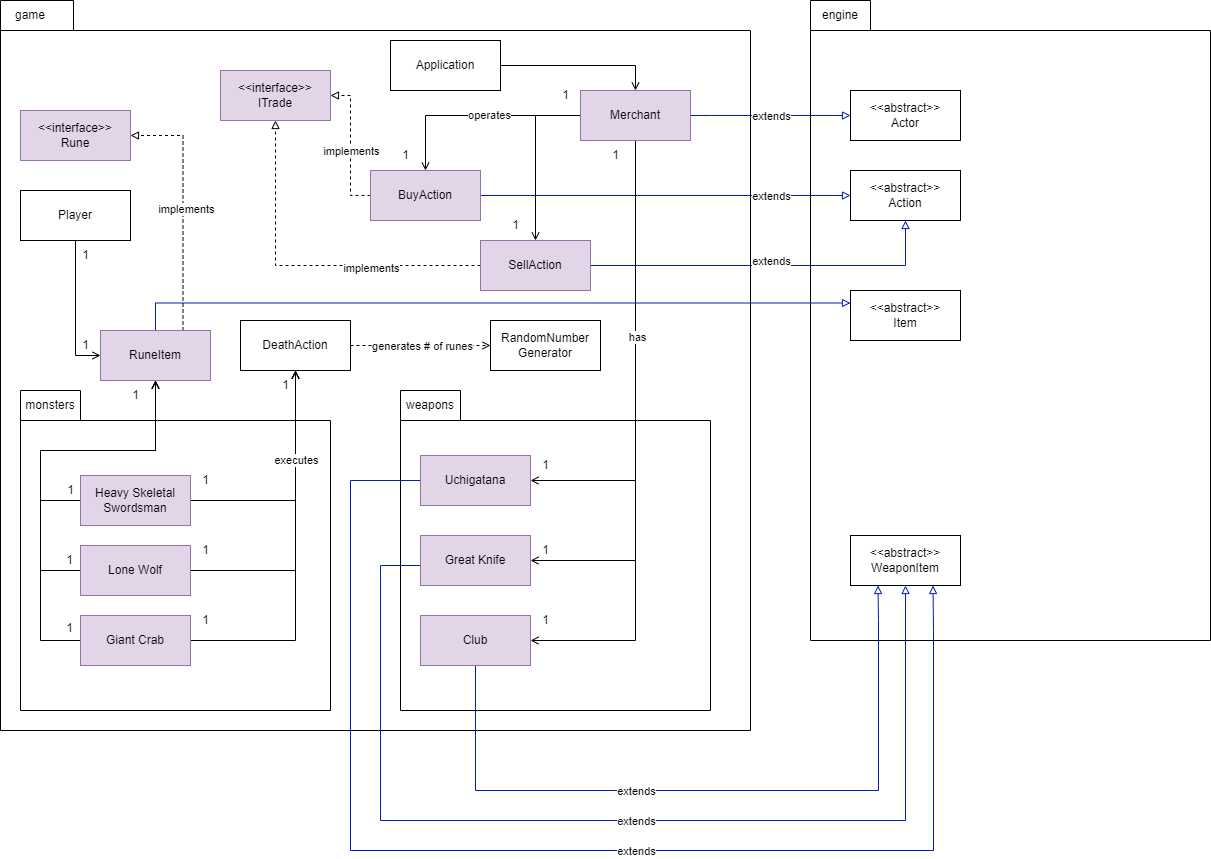
Earlier version of the draw.io export docs/FIT2099 Assignment 1 Req 2 UML Diagram.drawio.png (hyynes/monash-fit2099). Source tidied: cells renumbered, new cells last; positions are measured from the earlier drawing's top-left corner, leaving out a move shared by most shapes.
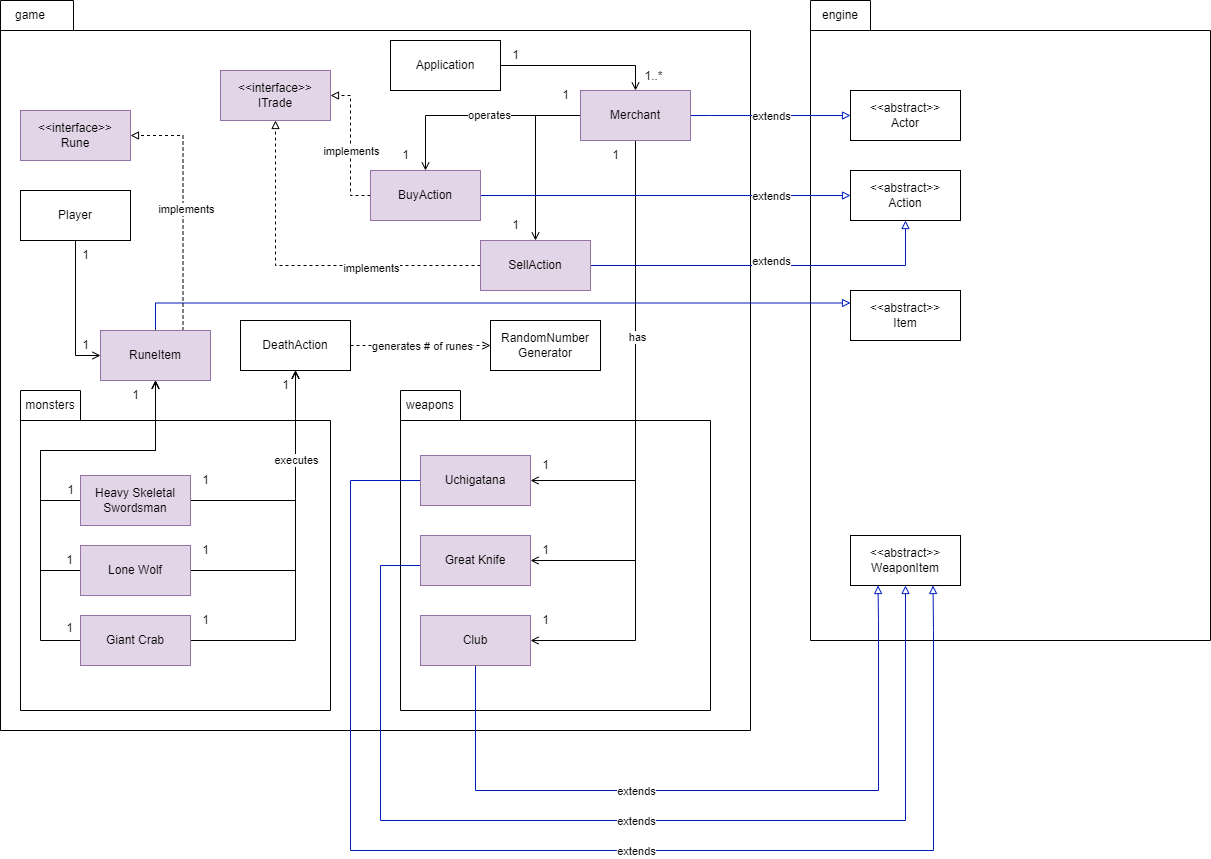
Later version of the same file.

Commit message:
adjusted arrow types for req 2, adjusted the singleton class to be dependencies instead of associations, added PlayerDeath uml, and added gdocs link in README

Diff of the diagram source:
```diff
@@ -329,5 +329,11 @@
     <mxCell id="89" value="Application" style="html=1;whiteSpace=wrap;" parent="1" vertex="1">
       <mxGeometry x="390" y="40" width="110" height="50" as="geometry" />
     </mxCell>
+    <mxCell id="90" value="1" style="text;html=1;align=center;verticalAlign=middle;strokeColor=none;fillColor=none;" parent="1" vertex="1">
+      <mxGeometry x="500" y="40" width="30" height="30" as="geometry" />
+    </mxCell>
+    <mxCell id="91" value="1..*" style="text;html=1;align=center;verticalAlign=middle;strokeColor=none;fillColor=none;" parent="1" vertex="1">
+      <mxGeometry x="633" y="61" width="40" height="30" as="geometry" />
+    </mxCell>
   </root>
 </mxGraphModel>
```
